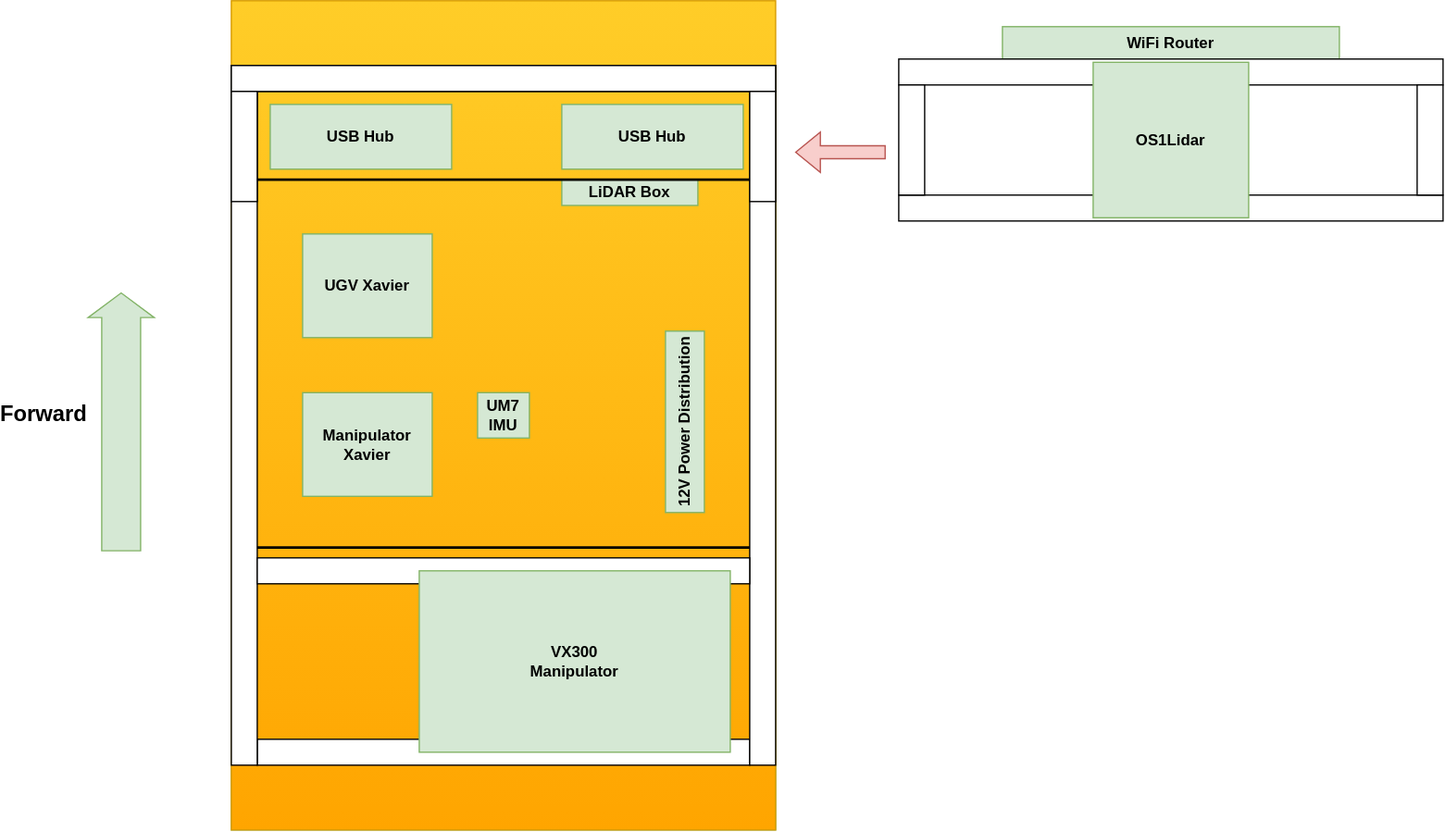
The draw.io diagram Figures/general_arrangement.drawio.svg in orjano-max/ORJANOS_MASTER_REPO, before a commit. Source tidied: cells renumbered, new cells last; positions are measured from the earlier drawing's top-left corner, leaving out a move shared by most shapes. The source it was exported from:
```xml
<mxGraphModel>
  <root>
    <mxCell id="0" />
    <mxCell id="1" parent="0" />
    <mxCell id="2" style="group;fillColor=#d5e8d4;strokeColor=#82b366;fontStyle=1;" parent="1" vertex="1">
      <mxGeometry x="85" y="50" width="420" height="590" as="geometry" />
    </mxCell>
    <mxCell id="3" value="&lt;b style=&quot;font-size: 17px;&quot;&gt;Forward&lt;/b&gt;" style="shape=flexArrow;endArrow=classic;html=1;rounded=0;fillColor=#d5e8d4;strokeColor=#82b366;width=30;fontSize=17;" parent="1" edge="1">
      <mxGeometry x="0.05" y="60" relative="1" as="geometry">
        <mxPoint y="425" as="sourcePoint" />
        <mxPoint y="225" as="targetPoint" />
        <mxPoint y="1" as="offset" />
      </mxGeometry>
    </mxCell>
    <mxCell id="4" style="shape=flexArrow;endArrow=classic;html=1;rounded=0;fillColor=#f8cecc;strokeColor=#b85450;" parent="1" edge="1">
      <mxGeometry relative="1" as="geometry">
        <mxPoint x="590" y="116.9" as="sourcePoint" />
        <mxPoint x="520" y="116.9" as="targetPoint" />
      </mxGeometry>
    </mxCell>
    <mxCell id="5" style="group;" parent="1" vertex="1">
      <mxGeometry x="600" y="20" width="420" height="150" as="geometry" />
    </mxCell>
    <mxCell id="6" value="WiFi Router" style="rounded=0;whiteSpace=wrap;html=1;fontStyle=1;fillColor=#d5e8d4;strokeColor=#82b366;" parent="5" vertex="1">
      <mxGeometry x="80" width="260" height="25" as="geometry" />
    </mxCell>
    <mxCell id="7" style="rounded=0;whiteSpace=wrap;html=1;" parent="5" vertex="1">
      <mxGeometry y="25" width="420" height="20" as="geometry" />
    </mxCell>
    <mxCell id="8" style="rounded=0;whiteSpace=wrap;html=1;" parent="5" vertex="1">
      <mxGeometry y="130" width="420" height="20" as="geometry" />
    </mxCell>
    <mxCell id="9" style="rounded=0;whiteSpace=wrap;html=1;" parent="5" vertex="1">
      <mxGeometry y="45" width="20" height="85" as="geometry" />
    </mxCell>
    <mxCell id="10" style="rounded=0;whiteSpace=wrap;html=1;" parent="5" vertex="1">
      <mxGeometry x="400" y="45" width="20" height="85" as="geometry" />
    </mxCell>
    <mxCell id="11" value="&lt;b&gt;OS1Lidar&lt;/b&gt;" style="whiteSpace=wrap;html=1;fillColor=#d5e8d4;strokeColor=#82b366;" parent="5" vertex="1">
      <mxGeometry x="150" y="27.5" width="120" height="120" as="geometry" />
    </mxCell>
    <mxCell id="12" style="rounded=0;whiteSpace=wrap;html=1;fillColor=#ffcd28;strokeColor=#d79b00;gradientColor=#ffa500;" parent="1" vertex="1">
      <mxGeometry x="85" width="420" height="640" as="geometry" />
    </mxCell>
    <mxCell id="13" style="rounded=0;whiteSpace=wrap;html=1;" parent="1" vertex="1">
      <mxGeometry x="105" y="50" width="380" height="20" as="geometry" />
    </mxCell>
    <mxCell id="14" style="rounded=0;whiteSpace=wrap;html=1;" parent="1" vertex="1">
      <mxGeometry x="105" y="570" width="380" height="20" as="geometry" />
    </mxCell>
    <mxCell id="15" style="rounded=0;whiteSpace=wrap;html=1;" parent="1" vertex="1">
      <mxGeometry x="85" y="50" width="20" height="540" as="geometry" />
    </mxCell>
    <mxCell id="16" style="rounded=0;whiteSpace=wrap;html=1;" parent="1" vertex="1">
      <mxGeometry x="485" y="50" width="20" height="540" as="geometry" />
    </mxCell>
    <mxCell id="17" style="rounded=0;whiteSpace=wrap;html=1;" parent="1" vertex="1">
      <mxGeometry x="105" y="430" width="380" height="20" as="geometry" />
    </mxCell>
    <mxCell id="18" value="VX300&lt;br&gt;Manipulator" style="rounded=0;whiteSpace=wrap;html=1;fillColor=#d5e8d4;strokeColor=#82b366;fontStyle=1;" parent="1" vertex="1">
      <mxGeometry x="230" y="440" width="240" height="140" as="geometry" />
    </mxCell>
    <mxCell id="19" style="rounded=0;whiteSpace=wrap;html=1;" parent="1" vertex="1">
      <mxGeometry x="85" y="50" width="420" height="20" as="geometry" />
    </mxCell>
    <mxCell id="20" style="rounded=0;whiteSpace=wrap;html=1;" parent="1" vertex="1">
      <mxGeometry x="85" y="70" width="20" height="85" as="geometry" />
    </mxCell>
    <mxCell id="21" style="rounded=0;whiteSpace=wrap;html=1;" parent="1" vertex="1">
      <mxGeometry x="485" y="70" width="20" height="85" as="geometry" />
    </mxCell>
    <mxCell id="22" value="UGV Xavier" style="rounded=0;whiteSpace=wrap;html=1;fillColor=#d5e8d4;strokeColor=#82b366;fontStyle=1;" parent="1" vertex="1">
      <mxGeometry x="140" y="180" width="100" height="80" as="geometry" />
    </mxCell>
    <mxCell id="23" value="&lt;b&gt;Manipulator Xavier&lt;/b&gt;" style="rounded=0;whiteSpace=wrap;html=1;fillColor=#d5e8d4;strokeColor=#82b366;" parent="1" vertex="1">
      <mxGeometry x="140" y="302.5" width="100" height="80" as="geometry" />
    </mxCell>
    <mxCell id="24" value="&lt;b&gt;UM7 IMU&lt;/b&gt;" style="rounded=0;whiteSpace=wrap;html=1;fillColor=#d5e8d4;strokeColor=#82b366;" parent="1" vertex="1">
      <mxGeometry x="275" y="302.5" width="40" height="35" as="geometry" />
    </mxCell>
    <mxCell id="25" value="&lt;b&gt;LiDAR Box&lt;/b&gt;" style="rounded=0;whiteSpace=wrap;html=1;fillColor=#d5e8d4;strokeColor=#82b366;" parent="1" vertex="1">
      <mxGeometry x="340" y="138" width="105" height="20" as="geometry" />
    </mxCell>
    <mxCell id="26" value="&lt;b&gt;12V Power Distribution&lt;/b&gt;" style="rounded=0;whiteSpace=wrap;html=1;direction=west;rotation=270;fillColor=#d5e8d4;strokeColor=#82b366;" parent="1" vertex="1">
      <mxGeometry x="365" y="310" width="140" height="30" as="geometry" />
    </mxCell>
    <mxCell id="27" style="line;strokeWidth=2;html=1;" parent="1" vertex="1">
      <mxGeometry x="105" y="130.8" width="380" height="14.7" as="geometry" />
    </mxCell>
    <mxCell id="28" style="line;strokeWidth=2;html=1;" parent="1" vertex="1">
      <mxGeometry x="105" y="416" width="380" height="12.1" as="geometry" />
    </mxCell>
    <mxCell id="29" value="&lt;b&gt;USB Hub&lt;/b&gt;" style="rounded=0;whiteSpace=wrap;html=1;fillColor=#d5e8d4;strokeColor=#82b366;" parent="1" vertex="1">
      <mxGeometry x="115" y="80" width="140" height="50" as="geometry" />
    </mxCell>
    <mxCell id="30" value="&lt;b&gt;USB Hub&lt;/b&gt;" style="rounded=0;whiteSpace=wrap;html=1;fillColor=#d5e8d4;strokeColor=#82b366;" parent="1" vertex="1">
      <mxGeometry x="340" y="80" width="140" height="50" as="geometry" />
    </mxCell>
  </root>
</mxGraphModel>
```
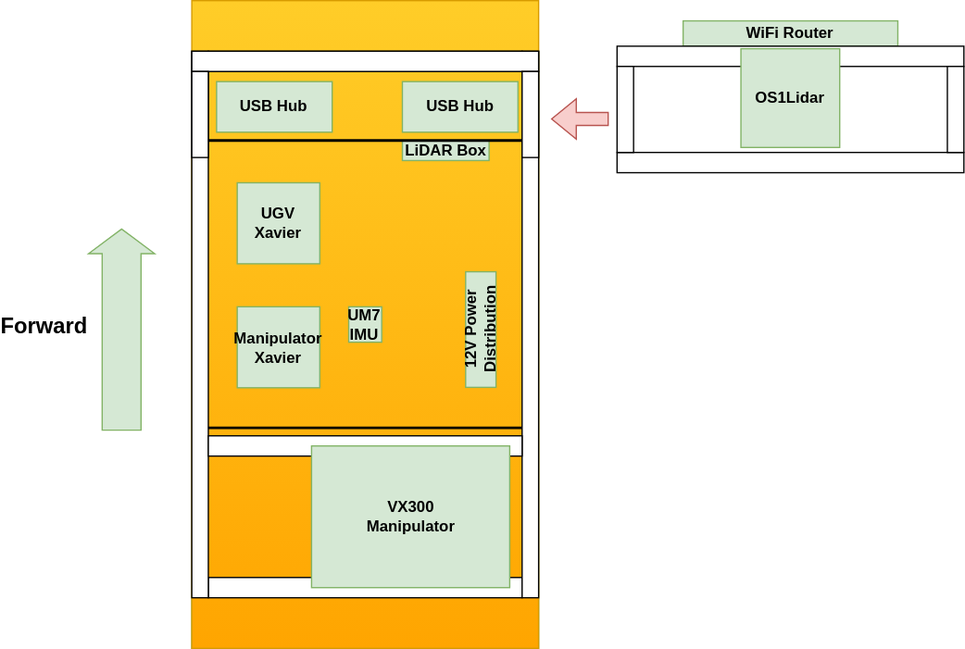
Later version of the same file.

Change to the diagram source:
```diff
@@ -2,99 +2,102 @@
   <root>
     <mxCell id="0" />
     <mxCell id="1" parent="0" />
+    <mxCell id="31" style="group;" parent="1" vertex="1">
+      <mxGeometry x="-30" y="-40" width="650" height="500" as="geometry" />
+    </mxCell>
-    <mxCell id="2" style="group;fillColor=#d5e8d4;strokeColor=#82b366;fontStyle=1;" parent="1" vertex="1">
-      <mxGeometry x="85" y="50" width="420" height="590" as="geometry" />
+    <mxCell id="2" style="group;fillColor=#d5e8d4;strokeColor=#82b366;fontStyle=1;" parent="31" vertex="1">
+      <mxGeometry x="54.2" y="39.1" width="267.6" height="460.9" as="geometry" />
     </mxCell>
-    <mxCell id="3" value="&lt;b style=&quot;font-size: 17px;&quot;&gt;Forward&lt;/b&gt;" style="shape=flexArrow;endArrow=classic;html=1;rounded=0;fillColor=#d5e8d4;strokeColor=#82b366;width=30;fontSize=17;" parent="1" edge="1">
+    <mxCell id="3" value="&lt;b style=&quot;font-size: 17px;&quot;&gt;Forward&lt;/b&gt;" style="shape=flexArrow;endArrow=classic;html=1;rounded=0;fillColor=#d5e8d4;strokeColor=#82b366;width=30;fontSize=17;" parent="31" edge="1">
       <mxGeometry x="0.05" y="60" relative="1" as="geometry">
-        <mxPoint y="425" as="sourcePoint" />
-        <mxPoint y="225" as="targetPoint" />
+        <mxPoint y="332" as="sourcePoint" />
+        <mxPoint y="175.8" as="targetPoint" />
         <mxPoint y="1" as="offset" />
       </mxGeometry>
     </mxCell>
-    <mxCell id="4" style="shape=flexArrow;endArrow=classic;html=1;rounded=0;fillColor=#f8cecc;strokeColor=#b85450;" parent="1" edge="1">
+    <mxCell id="4" style="shape=flexArrow;endArrow=classic;html=1;rounded=0;fillColor=#f8cecc;strokeColor=#b85450;" parent="31" edge="1">
       <mxGeometry relative="1" as="geometry">
-        <mxPoint x="590" y="116.9" as="sourcePoint" />
-        <mxPoint x="520" y="116.9" as="targetPoint" />
+        <mxPoint x="376" y="91.3" as="sourcePoint" />
+        <mxPoint x="331.4" y="91.3" as="targetPoint" />
       </mxGeometry>
     </mxCell>
-    <mxCell id="5" style="group;" parent="1" vertex="1">
-      <mxGeometry x="600" y="20" width="420" height="150" as="geometry" />
+    <mxCell id="5" style="group;" parent="31" vertex="1">
+      <mxGeometry x="382.4" y="15.6" width="267.6" height="117.2" as="geometry" />
     </mxCell>
     <mxCell id="6" value="WiFi Router" style="rounded=0;whiteSpace=wrap;html=1;fontStyle=1;fillColor=#d5e8d4;strokeColor=#82b366;" parent="5" vertex="1">
-      <mxGeometry x="80" width="260" height="25" as="geometry" />
+      <mxGeometry x="51" width="165.7" height="19.5" as="geometry" />
     </mxCell>
     <mxCell id="7" style="rounded=0;whiteSpace=wrap;html=1;" parent="5" vertex="1">
-      <mxGeometry y="25" width="420" height="20" as="geometry" />
+      <mxGeometry y="19.5" width="267.6" height="15.6" as="geometry" />
     </mxCell>
     <mxCell id="8" style="rounded=0;whiteSpace=wrap;html=1;" parent="5" vertex="1">
-      <mxGeometry y="130" width="420" height="20" as="geometry" />
+      <mxGeometry y="101.6" width="267.6" height="15.6" as="geometry" />
     </mxCell>
     <mxCell id="9" style="rounded=0;whiteSpace=wrap;html=1;" parent="5" vertex="1">
-      <mxGeometry y="45" width="20" height="85" as="geometry" />
+      <mxGeometry y="35.2" width="12.7" height="66.4" as="geometry" />
     </mxCell>
     <mxCell id="10" style="rounded=0;whiteSpace=wrap;html=1;" parent="5" vertex="1">
-      <mxGeometry x="400" y="45" width="20" height="85" as="geometry" />
+      <mxGeometry x="254.9" y="35.2" width="12.7" height="66.4" as="geometry" />
     </mxCell>
     <mxCell id="11" value="&lt;b&gt;OS1Lidar&lt;/b&gt;" style="whiteSpace=wrap;html=1;fillColor=#d5e8d4;strokeColor=#82b366;" parent="5" vertex="1">
-      <mxGeometry x="150" y="27.5" width="120" height="120" as="geometry" />
+      <mxGeometry x="95.6" y="21.5" width="76.2" height="76.2" as="geometry" />
     </mxCell>
-    <mxCell id="12" style="rounded=0;whiteSpace=wrap;html=1;fillColor=#ffcd28;strokeColor=#d79b00;gradientColor=#ffa500;" parent="1" vertex="1">
-      <mxGeometry x="85" width="420" height="640" as="geometry" />
+    <mxCell id="12" style="rounded=0;whiteSpace=wrap;html=1;fillColor=#ffcd28;strokeColor=#d79b00;gradientColor=#ffa500;" parent="31" vertex="1">
+      <mxGeometry x="54.2" width="267.6" height="500" as="geometry" />
     </mxCell>
-    <mxCell id="13" style="rounded=0;whiteSpace=wrap;html=1;" parent="1" vertex="1">
-      <mxGeometry x="105" y="50" width="380" height="20" as="geometry" />
+    <mxCell id="13" style="rounded=0;whiteSpace=wrap;html=1;" parent="31" vertex="1">
+      <mxGeometry x="66.9" y="39.1" width="242.2" height="15.6" as="geometry" />
     </mxCell>
-    <mxCell id="14" style="rounded=0;whiteSpace=wrap;html=1;" parent="1" vertex="1">
-      <mxGeometry x="105" y="570" width="380" height="20" as="geometry" />
+    <mxCell id="14" style="rounded=0;whiteSpace=wrap;html=1;" parent="31" vertex="1">
+      <mxGeometry x="66.9" y="445.3" width="242.2" height="15.6" as="geometry" />
     </mxCell>
-    <mxCell id="15" style="rounded=0;whiteSpace=wrap;html=1;" parent="1" vertex="1">
-      <mxGeometry x="85" y="50" width="20" height="540" as="geometry" />
+    <mxCell id="15" style="rounded=0;whiteSpace=wrap;html=1;" parent="31" vertex="1">
+      <mxGeometry x="54.2" y="39.1" width="12.7" height="421.9" as="geometry" />
     </mxCell>
-    <mxCell id="16" style="rounded=0;whiteSpace=wrap;html=1;" parent="1" vertex="1">
-      <mxGeometry x="485" y="50" width="20" height="540" as="geometry" />
+    <mxCell id="16" style="rounded=0;whiteSpace=wrap;html=1;" parent="31" vertex="1">
+      <mxGeometry x="309.1" y="39.1" width="12.7" height="421.9" as="geometry" />
     </mxCell>
-    <mxCell id="17" style="rounded=0;whiteSpace=wrap;html=1;" parent="1" vertex="1">
-      <mxGeometry x="105" y="430" width="380" height="20" as="geometry" />
+    <mxCell id="17" style="rounded=0;whiteSpace=wrap;html=1;" parent="31" vertex="1">
+      <mxGeometry x="66.9" y="335.9" width="242.2" height="15.6" as="geometry" />
     </mxCell>
-    <mxCell id="18" value="VX300&lt;br&gt;Manipulator" style="rounded=0;whiteSpace=wrap;html=1;fillColor=#d5e8d4;strokeColor=#82b366;fontStyle=1;" parent="1" vertex="1">
-      <mxGeometry x="230" y="440" width="240" height="140" as="geometry" />
+    <mxCell id="18" value="VX300&lt;br&gt;Manipulator" style="rounded=0;whiteSpace=wrap;html=1;fillColor=#d5e8d4;strokeColor=#82b366;fontStyle=1;" parent="31" vertex="1">
+      <mxGeometry x="146.6" y="343.8" width="152.9" height="109.4" as="geometry" />
     </mxCell>
-    <mxCell id="19" style="rounded=0;whiteSpace=wrap;html=1;" parent="1" vertex="1">
-      <mxGeometry x="85" y="50" width="420" height="20" as="geometry" />
+    <mxCell id="19" style="rounded=0;whiteSpace=wrap;html=1;" parent="31" vertex="1">
+      <mxGeometry x="54.2" y="39.1" width="267.6" height="15.6" as="geometry" />
     </mxCell>
-    <mxCell id="20" style="rounded=0;whiteSpace=wrap;html=1;" parent="1" vertex="1">
-      <mxGeometry x="85" y="70" width="20" height="85" as="geometry" />
+    <mxCell id="20" style="rounded=0;whiteSpace=wrap;html=1;" parent="31" vertex="1">
+      <mxGeometry x="54.2" y="54.7" width="12.7" height="66.4" as="geometry" />
     </mxCell>
-    <mxCell id="21" style="rounded=0;whiteSpace=wrap;html=1;" parent="1" vertex="1">
-      <mxGeometry x="485" y="70" width="20" height="85" as="geometry" />
+    <mxCell id="21" style="rounded=0;whiteSpace=wrap;html=1;" parent="31" vertex="1">
+      <mxGeometry x="309.1" y="54.7" width="12.7" height="66.4" as="geometry" />
     </mxCell>
-    <mxCell id="22" value="UGV Xavier" style="rounded=0;whiteSpace=wrap;html=1;fillColor=#d5e8d4;strokeColor=#82b366;fontStyle=1;" parent="1" vertex="1">
-      <mxGeometry x="140" y="180" width="100" height="80" as="geometry" />
+    <mxCell id="22" value="UGV Xavier" style="rounded=0;whiteSpace=wrap;html=1;fillColor=#d5e8d4;strokeColor=#82b366;fontStyle=1;" parent="31" vertex="1">
+      <mxGeometry x="89.2" y="140.6" width="63.7" height="62.5" as="geometry" />
     </mxCell>
-    <mxCell id="23" value="&lt;b&gt;Manipulator Xavier&lt;/b&gt;" style="rounded=0;whiteSpace=wrap;html=1;fillColor=#d5e8d4;strokeColor=#82b366;" parent="1" vertex="1">
-      <mxGeometry x="140" y="302.5" width="100" height="80" as="geometry" />
+    <mxCell id="23" value="&lt;b&gt;Manipulator Xavier&lt;/b&gt;" style="rounded=0;whiteSpace=wrap;html=1;fillColor=#d5e8d4;strokeColor=#82b366;" parent="31" vertex="1">
+      <mxGeometry x="89.2" y="236.3" width="63.7" height="62.5" as="geometry" />
     </mxCell>
-    <mxCell id="24" value="&lt;b&gt;UM7 IMU&lt;/b&gt;" style="rounded=0;whiteSpace=wrap;html=1;fillColor=#d5e8d4;strokeColor=#82b366;" parent="1" vertex="1">
-      <mxGeometry x="275" y="302.5" width="40" height="35" as="geometry" />
+    <mxCell id="24" value="&lt;b&gt;UM7 IMU&lt;/b&gt;" style="rounded=0;whiteSpace=wrap;html=1;fillColor=#d5e8d4;strokeColor=#82b366;" parent="31" vertex="1">
+      <mxGeometry x="175.2" y="236.3" width="25.5" height="27.3" as="geometry" />
     </mxCell>
-    <mxCell id="25" value="&lt;b&gt;LiDAR Box&lt;/b&gt;" style="rounded=0;whiteSpace=wrap;html=1;fillColor=#d5e8d4;strokeColor=#82b366;" parent="1" vertex="1">
-      <mxGeometry x="340" y="138" width="105" height="20" as="geometry" />
+    <mxCell id="25" value="&lt;b&gt;LiDAR Box&lt;/b&gt;" style="rounded=0;whiteSpace=wrap;html=1;fillColor=#d5e8d4;strokeColor=#82b366;" parent="31" vertex="1">
+      <mxGeometry x="216.7" y="107.8" width="66.9" height="15.6" as="geometry" />
     </mxCell>
-    <mxCell id="26" value="&lt;b&gt;12V Power Distribution&lt;/b&gt;" style="rounded=0;whiteSpace=wrap;html=1;direction=west;rotation=270;fillColor=#d5e8d4;strokeColor=#82b366;" parent="1" vertex="1">
-      <mxGeometry x="365" y="310" width="140" height="30" as="geometry" />
+    <mxCell id="26" value="&lt;b&gt;12V Power Distribution&lt;/b&gt;" style="rounded=0;whiteSpace=wrap;html=1;direction=west;rotation=270;fillColor=#d5e8d4;strokeColor=#82b366;" parent="31" vertex="1">
+      <mxGeometry x="232.6" y="242.2" width="89.2" height="23.4" as="geometry" />
     </mxCell>
-    <mxCell id="27" style="line;strokeWidth=2;html=1;" parent="1" vertex="1">
-      <mxGeometry x="105" y="130.8" width="380" height="14.7" as="geometry" />
+    <mxCell id="27" style="line;strokeWidth=2;html=1;" parent="31" vertex="1">
+      <mxGeometry x="66.9" y="102.2" width="242.2" height="11.5" as="geometry" />
     </mxCell>
-    <mxCell id="28" style="line;strokeWidth=2;html=1;" parent="1" vertex="1">
-      <mxGeometry x="105" y="416" width="380" height="12.1" as="geometry" />
+    <mxCell id="28" style="line;strokeWidth=2;html=1;" parent="31" vertex="1">
+      <mxGeometry x="66.9" y="325" width="242.2" height="9.4" as="geometry" />
     </mxCell>
-    <mxCell id="29" value="&lt;b&gt;USB Hub&lt;/b&gt;" style="rounded=0;whiteSpace=wrap;html=1;fillColor=#d5e8d4;strokeColor=#82b366;" parent="1" vertex="1">
-      <mxGeometry x="115" y="80" width="140" height="50" as="geometry" />
+    <mxCell id="29" value="&lt;b&gt;USB Hub&lt;/b&gt;" style="rounded=0;whiteSpace=wrap;html=1;fillColor=#d5e8d4;strokeColor=#82b366;" parent="31" vertex="1">
+      <mxGeometry x="73.3" y="62.5" width="89.2" height="39.1" as="geometry" />
     </mxCell>
-    <mxCell id="30" value="&lt;b&gt;USB Hub&lt;/b&gt;" style="rounded=0;whiteSpace=wrap;html=1;fillColor=#d5e8d4;strokeColor=#82b366;" parent="1" vertex="1">
-      <mxGeometry x="340" y="80" width="140" height="50" as="geometry" />
+    <mxCell id="30" value="&lt;b&gt;USB Hub&lt;/b&gt;" style="rounded=0;whiteSpace=wrap;html=1;fillColor=#d5e8d4;strokeColor=#82b366;" parent="31" vertex="1">
+      <mxGeometry x="216.7" y="62.5" width="89.2" height="39.1" as="geometry" />
     </mxCell>
   </root>
 </mxGraphModel>
```
